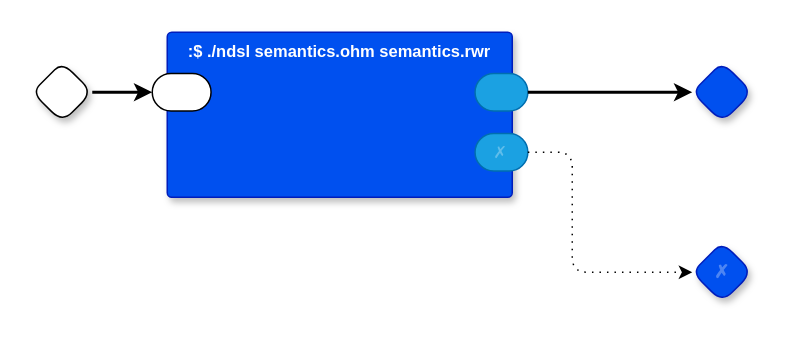
Before: page "Semantics Check" (8 of 24) of kernel/kernel.drawio in guitarvydas/pbp, a draw.io diagram. Source tidied: cells renumbered, new cells numbered last; positions are measured from the earlier drawing's top-left corner, leaving out a move shared by most shapes. Both pictures are drawn from the tidied source at 150%, with x=0, y=0 at pixel (32, 32).
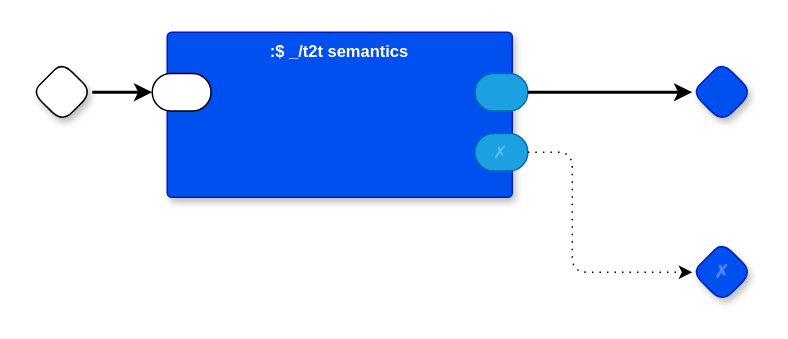
Above is the later version.

What changed in the source:
```diff
@@
 <mxGraphModel>
   <root>
     <mxCell id="0" />
     <mxCell id="1" parent="0" />
     <mxCell id="2" style="rhombus;whiteSpace=wrap;html=1;rounded=1;fontStyle=1;glass=0;sketch=0;fontSize=12;points=[[0,0.5,0,0,0],[0.5,0,0,0,0],[0.5,1,0,0,0],[1,0.5,0,0,0]];shadow=1;fontFamily=Helvetica;fontColor=default;" parent="1" vertex="1">
       <mxGeometry y="20" width="40" height="40" as="geometry" />
     </mxCell>
     <mxCell id="3" style="rhombus;whiteSpace=wrap;html=1;rounded=1;fontStyle=1;glass=0;sketch=0;fontSize=12;points=[[0,0.5,0,0,0],[0.5,0,0,0,0],[0.5,1,0,0,0],[1,0.5,0,0,0]];shadow=1;fillColor=#0050ef;fontColor=#ffffff;strokeColor=#001DBC;fontFamily=Helvetica;" parent="1" vertex="1">
       <mxGeometry x="440" y="20" width="40" height="40" as="geometry" />
     </mxCell>
     <mxCell id="4" value="✗" style="rhombus;whiteSpace=wrap;html=1;rounded=1;fillColor=#0050ef;fontColor=#ffffff;strokeColor=#001DBC;fontStyle=1;glass=0;sketch=0;fontSize=12;points=[[0,0.5,0,0,0],[0.5,0,0,0,0],[0.5,1,0,0,0],[1,0.5,0,0,0]];shadow=1;textOpacity=30;" parent="1" vertex="1">
       <mxGeometry x="440" y="140" width="40" height="40" as="geometry" />
     </mxCell>
-    <mxCell id="5" value=":$ ./ndsl semantics.ohm semantics.rwr" style="rounded=1;sketch=0;verticalAlign=top;arcSize=6;fontStyle=1;absoluteArcSize=1;shadow=1;strokeColor=#001DBC;fillColor=#0050ef;fontColor=#ffffff;fontFamily=Helvetica;fontSize=11;" parent="1" vertex="1">
+    <mxCell id="5" value=":$ _/t2t semantics" style="rounded=1;sketch=0;verticalAlign=top;arcSize=6;fontStyle=1;absoluteArcSize=1;shadow=1;strokeColor=#001DBC;fillColor=#0050ef;fontColor=#ffffff;fontFamily=Helvetica;fontSize=11;" parent="1" vertex="1">
       <mxGeometry x="90" width="230" height="110" as="geometry" />
     </mxCell>
     <mxCell id="6" style="rounded=1;whiteSpace=wrap;html=1;sketch=0;points=[[0,0.5,0,0,0],[1,0.5,0,0,0]];arcSize=50;fontFamily=Helvetica;fontSize=11;fontColor=default;" parent="5" vertex="1">
       <mxGeometry x="-10" y="27.5" width="39.2" height="25" as="geometry" />
     </mxCell>
     <mxCell id="7" style="rounded=1;whiteSpace=wrap;html=1;sketch=0;points=[[0,0.5,0,0,0],[1,0.5,0,0,0]];fillColor=#1ba1e2;fontColor=#ffffff;strokeColor=#006EAF;arcSize=50;fontFamily=Helvetica;fontSize=11;" parent="5" vertex="1">
       <mxGeometry x="205.2" y="27.5" width="35.2" height="25" as="geometry" />
     </mxCell>
     <mxCell id="8" value="✗" style="rounded=1;whiteSpace=wrap;html=1;sketch=0;points=[[0,0.5,0,0,0],[1,0.5,0,0,0]];fillColor=#1ba1e2;fontColor=#ffffff;strokeColor=#006EAF;arcSize=50;fontFamily=Helvetica;fontSize=11;textOpacity=30;" parent="5" vertex="1">
       <mxGeometry x="205.2" y="67.5" width="35.2" height="25" as="geometry" />
     </mxCell>
     <mxCell id="9" style="edgeStyle=orthogonalEdgeStyle;rounded=0;jettySize=auto;html=1;exitX=1;exitY=0.5;exitDx=0;exitDy=0;exitPerimeter=0;entryX=0;entryY=0.5;entryDx=0;entryDy=0;entryPerimeter=0;strokeWidth=2;" parent="1" edge="1" source="2" target="6">
       <mxGeometry relative="1" as="geometry" />
     </mxCell>
     <mxCell id="10" style="edgeStyle=orthogonalEdgeStyle;rounded=0;jettySize=auto;html=1;exitX=1;exitY=0.5;exitDx=0;exitDy=0;exitPerimeter=0;strokeWidth=2;entryX=0;entryY=0.5;entryDx=0;entryDy=0;entryPerimeter=0;" parent="1" edge="1" source="7" target="3">
       <mxGeometry relative="1" as="geometry" />
     </mxCell>
     <mxCell id="11" style="edgeStyle=orthogonalEdgeStyle;rounded=1;jettySize=auto;html=1;exitX=1;exitY=0.5;exitDx=0;exitDy=0;exitPerimeter=0;entryX=0;entryY=0.5;entryDx=0;entryDy=0;entryPerimeter=0;curved=0;dashed=1;dashPattern=1 4;" parent="1" edge="1" source="8" target="4">
       <mxGeometry relative="1" as="geometry">
         <Array as="points">
           <mxPoint x="360" y="80" />
           <mxPoint x="360" y="160" />
         </Array>
       </mxGeometry>
     </mxCell>
   </root>
 </mxGraphModel>
```
